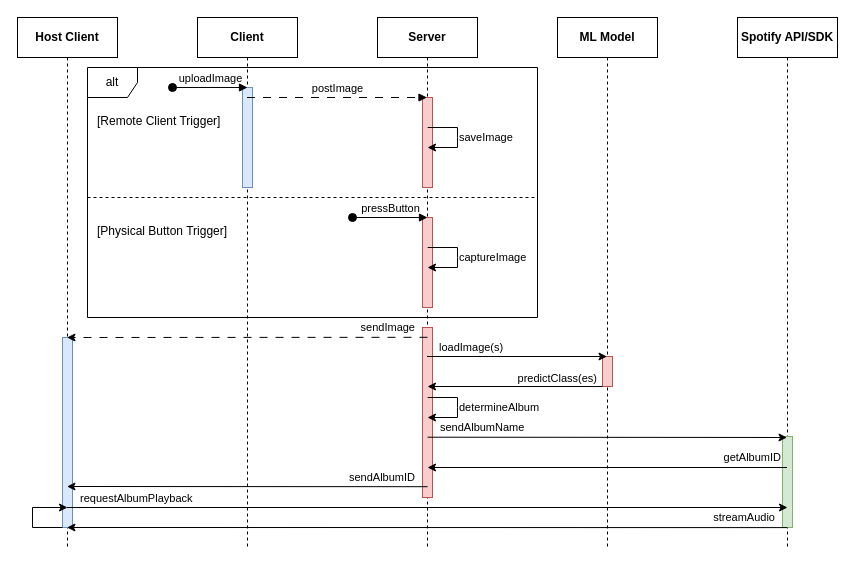
The draw.io diagram report/data/VTT_imageScan.SequenceDiagram.drawio in Razzula/virtual-turntable, before the edit. Source tidied: cells renumbered, new cells numbered last; positions are measured from the earlier drawing's top-left corner, leaving out a move shared by most shapes. Both pictures are drawn from the tidied source at 100%, with x=0, y=0 at pixel (17, 17).
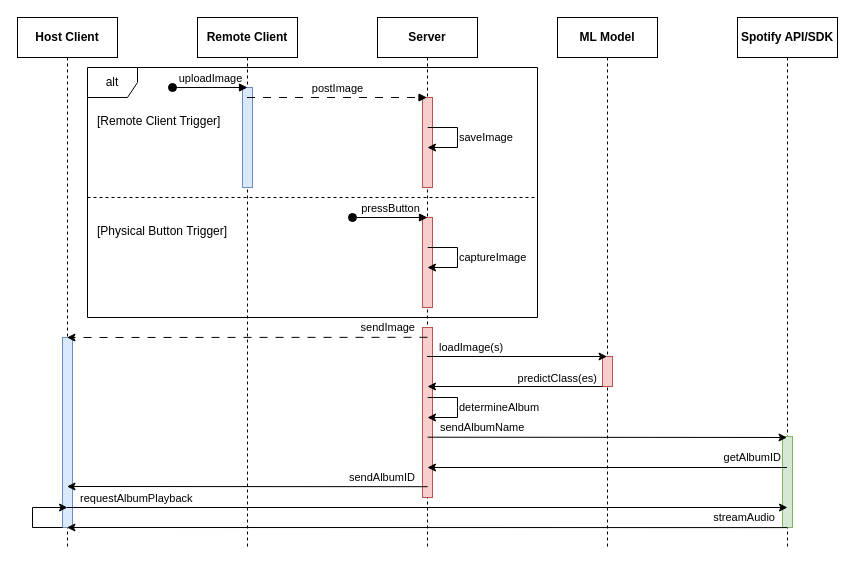
Above is the later version.

Diff of the diagram source:
```diff
@@
-    <mxCell id="4" value="Client" style="shape=umlLifeline;perimeter=lifelinePerimeter;whiteSpace=wrap;html=1;outlineConnect=0;portConstraint=eastwest;newEdgeStyle={&quot;edgeStyle&quot;:&quot;elbowEdgeStyle&quot;,&quot;elbow&quot;:&quot;vertical&quot;,&quot;curved&quot;:0,&quot;rounded&quot;:0};fontStyle=1;" parent="1" vertex="1">
+    <mxCell id="4" value="Remote Client" style="shape=umlLifeline;perimeter=lifelinePerimeter;whiteSpace=wrap;html=1;outlineConnect=0;portConstraint=eastwest;newEdgeStyle={&quot;edgeStyle&quot;:&quot;elbowEdgeStyle&quot;,&quot;elbow&quot;:&quot;vertical&quot;,&quot;curved&quot;:0,&quot;rounded&quot;:0};fontStyle=1;" parent="1" vertex="1">
       <mxGeometry x="180" width="100" height="530" as="geometry" />
     </mxCell>
```
